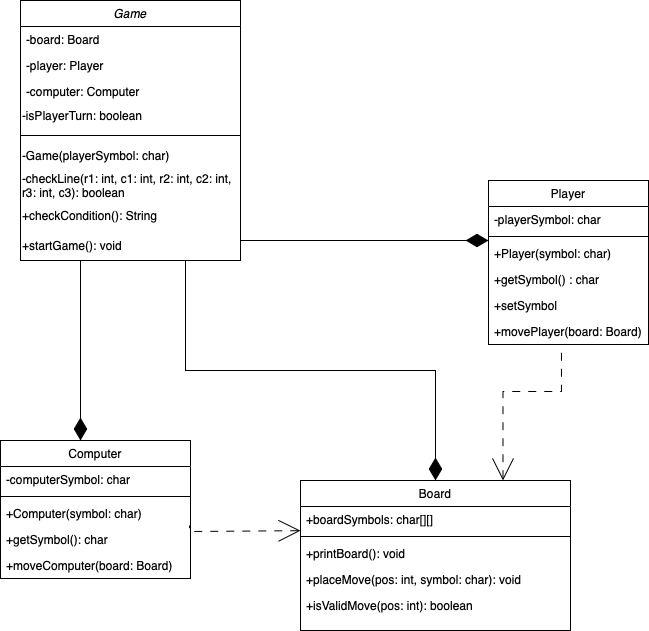
The draw.io diagram Assignment 5+6/Design/TicTacToe.drawio.png in phiquangdat/OOP-TicTacToe, before a commit. Source tidied: cells renumbered, new cells last; positions are measured from the earlier drawing's top-left corner, leaving out a move shared by most shapes.
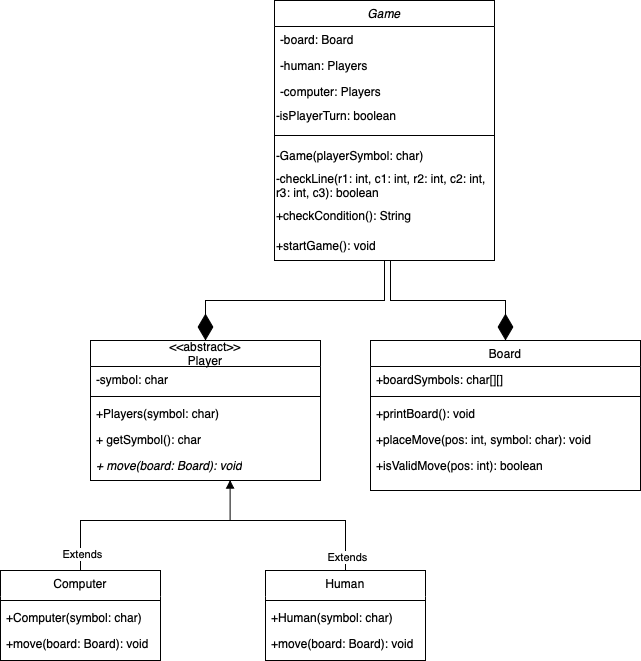
Later version of the same file.

Change to the diagram source:
```diff
@@ -3,15 +3,15 @@
     <mxCell id="0" />
     <mxCell id="1" parent="0" />
     <mxCell id="2" value="Game" style="swimlane;fontStyle=2;align=center;verticalAlign=top;horizontal=1;startSize=26;rounded=0;shadow=0;strokeWidth=1;" parent="1" vertex="1">
-      <mxGeometry x="20" width="220" height="260" as="geometry" />
+      <mxGeometry x="394" y="-50" width="220" height="260" as="geometry" />
     </mxCell>
     <mxCell id="3" value="-board: Board" style="text;align=left;verticalAlign=top;spacingLeft=4;spacingRight=4;overflow=hidden;" parent="2" vertex="1">
       <mxGeometry y="26" width="220" height="26" as="geometry" />
     </mxCell>
-    <mxCell id="4" value="-player: Player" style="text;align=left;verticalAlign=top;spacingLeft=4;spacingRight=4;overflow=hidden;rounded=0;shadow=0;html=0;" parent="2" vertex="1">
+    <mxCell id="4" value="-human: Players" style="text;align=left;verticalAlign=top;spacingLeft=4;spacingRight=4;overflow=hidden;rounded=0;shadow=0;html=0;" parent="2" vertex="1">
       <mxGeometry y="52" width="220" height="26" as="geometry" />
     </mxCell>
-    <mxCell id="5" value="-computer: Computer" style="text;align=left;verticalAlign=top;spacingLeft=4;spacingRight=4;overflow=hidden;rounded=0;shadow=0;html=0;" parent="2" vertex="1">
+    <mxCell id="5" value="-computer: Players" style="text;align=left;verticalAlign=top;spacingLeft=4;spacingRight=4;overflow=hidden;rounded=0;shadow=0;html=0;" parent="2" vertex="1">
       <mxGeometry y="78" width="220" height="22" as="geometry" />
     </mxCell>
     <mxCell id="6" value="-isPlayerTurn: boolean" style="text;strokeColor=none;align=left;fillColor=none;html=1;verticalAlign=middle;whiteSpace=wrap;rounded=0;" parent="2" vertex="1">
@@ -32,34 +32,20 @@
     <mxCell id="11" value="+startGame(): void" style="text;strokeColor=none;align=left;fillColor=none;html=1;verticalAlign=middle;whiteSpace=wrap;rounded=0;" parent="2" vertex="1">
       <mxGeometry y="230" width="220" height="30" as="geometry" />
     </mxCell>
-    <mxCell id="12" value="Computer" style="swimlane;fontStyle=0;align=center;verticalAlign=top;horizontal=1;startSize=26;rounded=0;shadow=0;strokeWidth=1;" parent="1" vertex="1">
-      <mxGeometry y="440" width="190" height="138" as="geometry" />
+    <mxCell id="12" value="Computer" style="swimlane;fontStyle=0;align=center;verticalAlign=top;horizontal=1;startSize=26;rounded=0;shadow=0;strokeWidth=1;swimlaneLine=0;strokeColor=default;" parent="1" vertex="1">
+      <mxGeometry x="120" y="520" width="160" height="90" as="geometry" />
     </mxCell>
-    <mxCell id="13" value="-computerSymbol: char" style="text;align=left;verticalAlign=top;spacingLeft=4;spacingRight=4;overflow=hidden;" parent="12" vertex="1">
-      <mxGeometry y="26" width="190" height="26" as="geometry" />
-    </mxCell>
     <mxCell id="14" style="line;html=1;strokeWidth=1;align=left;verticalAlign=middle;spacingTop=-1;spacingLeft=3;spacingRight=3;labelPosition=right;" parent="12" vertex="1">
-      <mxGeometry y="52" width="190" height="8" as="geometry" />
+      <mxGeometry y="26" width="160" height="8" as="geometry" />
     </mxCell>
     <mxCell id="15" value="+Computer(symbol: char)" style="text;align=left;verticalAlign=top;spacingLeft=4;spacingRight=4;overflow=hidden;points=[[0,0.5],[1,0.5]];portConstraint=eastwest;fontStyle=0;" parent="12" vertex="1">
-      <mxGeometry y="60" width="190" height="26" as="geometry" />
+      <mxGeometry y="34" width="160" height="26" as="geometry" />
     </mxCell>
-    <mxCell id="16" value="+getSymbol(): char" style="text;align=left;verticalAlign=top;spacingLeft=4;spacingRight=4;overflow=hidden;" parent="12" vertex="1">
-      <mxGeometry y="86" width="190" height="26" as="geometry" />
-    </mxCell>
-    <mxCell id="17" value="+moveComputer(board: Board)" style="text;align=left;verticalAlign=top;spacingLeft=4;spacingRight=4;overflow=hidden;" parent="12" vertex="1">
-      <mxGeometry y="112" width="190" height="26" as="geometry" />
+    <mxCell id="17" value="+move(board: Board): void" style="text;align=left;verticalAlign=top;spacingLeft=4;spacingRight=4;overflow=hidden;" parent="12" vertex="1">
+      <mxGeometry y="60" width="160" height="26" as="geometry" />
     </mxCell>
-    <mxCell id="18" style="endArrow=none;endSize=10;endFill=0;shadow=0;strokeWidth=1;rounded=0;curved=0;edgeStyle=elbowEdgeStyle;elbow=vertical;startArrow=diamondThin;startFill=1;startSize=20;" parent="1" edge="1" source="12" target="2">
-      <mxGeometry relative="1" as="geometry">
-        <Array as="points">
-          <mxPoint x="80" y="390" />
-          <mxPoint x="130" y="350" />
-        </Array>
-      </mxGeometry>
-    </mxCell>
     <mxCell id="19" value="Board" style="swimlane;fontStyle=0;align=center;verticalAlign=top;horizontal=1;startSize=26;rounded=0;shadow=0;strokeWidth=1;" parent="1" vertex="1">
-      <mxGeometry x="300" y="480" width="270" height="150" as="geometry" />
+      <mxGeometry x="490" y="290" width="270" height="150" as="geometry" />
     </mxCell>
     <mxCell id="20" value="+boardSymbols: char[][]" style="text;align=left;verticalAlign=top;spacingLeft=4;spacingRight=4;overflow=hidden;fontStyle=0;" parent="19" vertex="1">
       <mxGeometry y="26" width="270" height="26" as="geometry" />
@@ -76,56 +62,86 @@
     <mxCell id="24" value="+isValidMove(pos: int): boolean" style="text;align=left;verticalAlign=top;spacingLeft=4;spacingRight=4;overflow=hidden;fontStyle=0;" parent="19" vertex="1">
       <mxGeometry y="112" width="270" height="26" as="geometry" />
     </mxCell>
-    <mxCell id="25" value="Player" style="swimlane;fontStyle=0;align=center;verticalAlign=top;horizontal=1;startSize=26;rounded=0;shadow=0;strokeWidth=1;" parent="1" vertex="1">
-      <mxGeometry x="488" y="180" width="160" height="164" as="geometry" />
+    <mxCell id="25" value="Human" style="swimlane;fontStyle=0;align=center;verticalAlign=top;horizontal=1;startSize=26;rounded=0;shadow=0;strokeWidth=1;points=[[0,0,0,0,0],[0,0.25,0,0,0],[0,0.5,0,0,0],[0,0.75,0,0,0],[0,1,0,0,0],[0.25,0,0,0,0],[0.25,1,0,0,0],[0.5,0,0,0,0],[0.5,1,0,0,0],[0.75,0,0,0,0],[0.75,1,0,0,0],[1,0,0,0,0],[1,0.25,0,0,0],[1,0.5,0,0,0],[1,0.75,0,0,0],[1,1,0,0,0]];swimlaneLine=0;" parent="1" vertex="1">
+      <mxGeometry x="385" y="520" width="160" height="90" as="geometry" />
     </mxCell>
-    <mxCell id="26" value="-playerSymbol: char" style="text;align=left;verticalAlign=top;spacingLeft=4;spacingRight=4;overflow=hidden;rounded=0;shadow=0;html=0;" parent="25" vertex="1">
-      <mxGeometry y="26" width="160" height="26" as="geometry" />
-    </mxCell>
     <mxCell id="27" style="line;html=1;strokeWidth=1;align=left;verticalAlign=middle;spacingTop=-1;spacingLeft=3;spacingRight=3;labelPosition=right;" parent="25" vertex="1">
-      <mxGeometry y="52" width="160" height="8" as="geometry" />
+      <mxGeometry y="26" width="160" height="8" as="geometry" />
     </mxCell>
-    <mxCell id="28" value="+Player(symbol: char)" style="text;align=left;verticalAlign=top;spacingLeft=4;spacingRight=4;overflow=hidden;" parent="25" vertex="1">
-      <mxGeometry y="60" width="160" height="26" as="geometry" />
+    <mxCell id="28" value="+Human(symbol: char)" style="text;align=left;verticalAlign=top;spacingLeft=4;spacingRight=4;overflow=hidden;" parent="25" vertex="1">
+      <mxGeometry y="34" width="160" height="26" as="geometry" />
     </mxCell>
-    <mxCell id="29" value="+getSymbol() : char" style="text;align=left;verticalAlign=top;spacingLeft=4;spacingRight=4;overflow=hidden;" parent="25" vertex="1">
-      <mxGeometry y="86" width="160" height="26" as="geometry" />
-    </mxCell>
-    <mxCell id="30" value="+setSymbol" style="text;align=left;verticalAlign=top;spacingLeft=4;spacingRight=4;overflow=hidden;" parent="25" vertex="1">
-      <mxGeometry y="112" width="160" height="26" as="geometry" />
-    </mxCell>
-    <mxCell id="31" value="+movePlayer(board: Board)" style="text;align=left;verticalAlign=top;spacingLeft=4;spacingRight=4;overflow=hidden;points=[[0,0.5],[1,0.5]];portConstraint=eastwest;" parent="25" vertex="1">
-      <mxGeometry y="138" width="160" height="26" as="geometry" />
-    </mxCell>
-    <mxCell id="32" style="endArrow=none;endSize=10;endFill=0;shadow=0;strokeWidth=1;rounded=0;curved=0;edgeStyle=elbowEdgeStyle;elbow=vertical;startArrow=diamondThin;startFill=1;startSize=20;entryX=0.75;entryY=1;entryDx=0;entryDy=0;" parent="1" edge="1" source="19" target="11">
-      <mxGeometry relative="1" as="geometry" />
-    </mxCell>
-    <mxCell id="33" style="endArrow=none;endSize=10;endFill=0;shadow=0;strokeWidth=1;rounded=0;curved=0;edgeStyle=elbowEdgeStyle;elbow=vertical;startArrow=diamondThin;startFill=1;startSize=20;entryX=1;entryY=0.75;entryDx=0;entryDy=0;" parent="1" edge="1" target="9">
-      <mxGeometry relative="1" as="geometry">
-        <mxPoint x="488" y="240" as="sourcePoint" />
-        <Array as="points">
-          <mxPoint x="370" y="240" />
-        </Array>
-      </mxGeometry>
-    </mxCell>
-    <mxCell id="34" style="endArrow=none;endSize=10;endFill=0;shadow=0;strokeWidth=1;rounded=0;curved=0;edgeStyle=elbowEdgeStyle;elbow=vertical;startArrow=open;startFill=0;startSize=20;dashed=1;entryX=0.995;entryY=0.962;entryDx=0;entryDy=0;exitX=-0.006;exitY=0.737;exitDx=0;exitDy=0;exitPerimeter=0;dashPattern=8 8;entryPerimeter=0;" parent="1" edge="1" target="15">
-      <mxGeometry relative="1" as="geometry">
-        <mxPoint x="300" y="530.2" as="sourcePoint" />
-        <Array as="points">
-          <mxPoint x="241.6" y="531" />
-          <mxPoint x="161.6" y="590" />
-          <mxPoint x="191.6" y="569" />
-        </Array>
-      </mxGeometry>
-    </mxCell>
-    <mxCell id="35" style="endArrow=none;endSize=10;endFill=0;shadow=0;strokeWidth=1;rounded=0;curved=0;edgeStyle=elbowEdgeStyle;elbow=vertical;startArrow=open;startFill=0;startSize=20;dashed=1;entryX=0.456;entryY=1;entryDx=0;entryDy=0;exitX=0.75;exitY=0;exitDx=0;exitDy=0;entryPerimeter=0;dashPattern=8 8;" parent="1" edge="1" source="19" target="31">
-      <mxGeometry relative="1" as="geometry">
-        <Array as="points">
-          <mxPoint x="590" y="391" />
-          <mxPoint x="510" y="450" />
-          <mxPoint x="540" y="429" />
-        </Array>
-      </mxGeometry>
-    </mxCell>
+    <mxCell id="36" value="+move(board: Board): void" style="text;align=left;verticalAlign=top;spacingLeft=4;spacingRight=4;overflow=hidden;" parent="25" vertex="1">
+      <mxGeometry y="60" width="160" height="26" as="geometry" />
+    </mxCell>
+    <mxCell id="37" style="endArrow=block;endFill=1;html=1;edgeStyle=orthogonalEdgeStyle;align=left;verticalAlign=top;rounded=0;exitDx=0;exitDy=0;" parent="1" edge="1">
+      <mxGeometry x="0.35" y="-121" relative="1" as="geometry">
+        <mxPoint x="350" y="380" as="sourcePoint" />
+        <mxPoint x="350" y="380" as="targetPoint" />
+        <mxPoint x="-11" y="50" as="offset" />
+      </mxGeometry>
+    </mxCell>
+    <mxCell id="38" style="endArrow=block;endFill=1;html=1;edgeStyle=orthogonalEdgeStyle;align=left;verticalAlign=top;rounded=0;exitX=0.5;exitY=0;exitDx=0;exitDy=0;entryX=0.607;entryY=0.985;entryDx=0;entryDy=0;entryPerimeter=0;" parent="1" edge="1" source="12" target="45">
+      <mxGeometry x="0.35" y="-121" relative="1" as="geometry">
+        <Array as="points">
+          <mxPoint x="215" y="470" />
+          <mxPoint x="350" y="470" />
+          <mxPoint x="350" y="430" />
+        </Array>
+        <mxPoint x="-11" y="50" as="offset" />
+      </mxGeometry>
+    </mxCell>
+    <mxCell id="39" value="Extends" style="edgeLabel;html=1;align=center;verticalAlign=middle;" parent="38" vertex="1">
+      <mxGeometry x="-0.86" y="-1" relative="1" as="geometry" />
+    </mxCell>
+    <mxCell id="40" value="&amp;lt;&amp;lt;abstract&amp;gt;&amp;gt;&lt;div&gt;Player&lt;/div&gt;" style="swimlane;fontStyle=0;horizontal=1;startSize=26;fillColor=none;whiteSpace=wrap;html=1;swimlaneLine=1;" parent="1" vertex="1">
+      <mxGeometry x="210" y="290" width="230" height="140" as="geometry" />
+    </mxCell>
+    <mxCell id="41" value="-symbol: char" style="text;strokeColor=none;fillColor=none;align=left;verticalAlign=top;spacingLeft=4;spacingRight=4;overflow=hidden;whiteSpace=wrap;html=1;" parent="40" vertex="1">
+      <mxGeometry y="26" width="230" height="26" as="geometry" />
+    </mxCell>
+    <mxCell id="42" style="line;html=1;strokeWidth=1;align=left;verticalAlign=middle;spacingTop=-1;spacingLeft=3;spacingRight=3;labelPosition=right;" parent="40" vertex="1">
+      <mxGeometry y="52" width="230" height="8" as="geometry" />
+    </mxCell>
+    <mxCell id="43" value="+Players(symbol: char)" style="text;strokeColor=none;fillColor=none;align=left;verticalAlign=top;spacingLeft=4;spacingRight=4;overflow=hidden;whiteSpace=wrap;html=1;" parent="40" vertex="1">
+      <mxGeometry y="60" width="230" height="26" as="geometry" />
+    </mxCell>
+    <mxCell id="44" value="+ getSymbol(): char" style="text;strokeColor=none;fillColor=none;align=left;verticalAlign=top;spacingLeft=4;spacingRight=4;overflow=hidden;whiteSpace=wrap;html=1;" parent="40" vertex="1">
+      <mxGeometry y="86" width="230" height="26" as="geometry" />
+    </mxCell>
+    <mxCell id="45" value="&lt;i&gt;+ move(board: Board): void&lt;/i&gt;&lt;div&gt;&lt;br&gt;&lt;/div&gt;" style="text;strokeColor=none;fillColor=none;align=left;verticalAlign=top;spacingLeft=4;spacingRight=4;overflow=hidden;points=[[0,0.5],[1,0.5]];portConstraint=eastwest;whiteSpace=wrap;html=1;" parent="40" vertex="1">
+      <mxGeometry y="112" width="230" height="28" as="geometry" />
+    </mxCell>
+    <mxCell id="46" style="endArrow=none;endFill=0;html=1;edgeStyle=orthogonalEdgeStyle;align=left;verticalAlign=top;rounded=0;exitX=0.5;exitY=0;exitDx=0;exitDy=0;exitPerimeter=0;" parent="1" edge="1" source="25">
+      <mxGeometry x="0.35" y="-121" relative="1" as="geometry">
+        <mxPoint x="313" y="470" as="targetPoint" />
+        <Array as="points">
+          <mxPoint x="465" y="470" />
+        </Array>
+        <mxPoint x="-11" y="50" as="offset" />
+      </mxGeometry>
+    </mxCell>
+    <mxCell id="47" value="Extends" style="edgeLabel;html=1;align=center;verticalAlign=middle;" parent="46" vertex="1">
+      <mxGeometry x="-0.86" y="-1" relative="1" as="geometry" />
+    </mxCell>
+    <mxCell id="48" style="endArrow=diamondThin;endFill=1;endSize=24;html=1;rounded=0;entryX=0.5;entryY=0;entryDx=0;entryDy=0;exitX=0.5;exitY=1;exitDx=0;exitDy=0;" parent="1" edge="1" source="11" target="40">
+      <mxGeometry relative="1" as="geometry">
+        <Array as="points">
+          <mxPoint x="504" y="250" />
+          <mxPoint x="460" y="250" />
+          <mxPoint x="325" y="250" />
+        </Array>
+      </mxGeometry>
+    </mxCell>
+    <mxCell id="49" style="endArrow=diamondThin;endFill=1;endSize=24;html=1;rounded=0;entryX=0.5;entryY=0;entryDx=0;entryDy=0;exitX=0.5;exitY=1;exitDx=0;exitDy=0;" parent="1" edge="1" target="19">
+      <mxGeometry relative="1" as="geometry">
+        <mxPoint x="510" y="210" as="sourcePoint" />
+        <Array as="points">
+          <mxPoint x="510" y="250" />
+          <mxPoint x="554" y="250" />
+          <mxPoint x="625" y="250" />
+        </Array>
+      </mxGeometry>
+    </mxCell>
   </root>
 </mxGraphModel>
```
